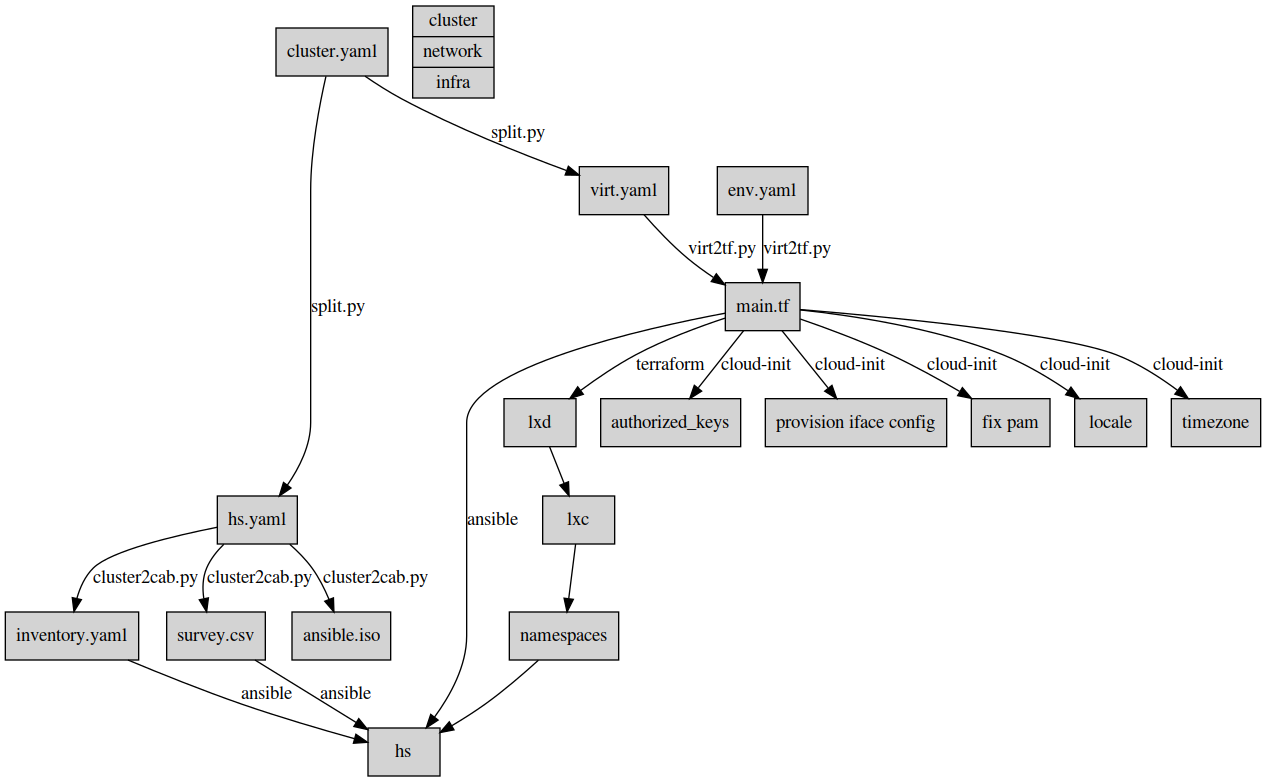
The Graphviz diagram cc.png in jmfrank63/cloudian-ansible-baremetal, before a commit. Its source is kept beside it as cc.dot. The source it was exported from:
```dot
digraph G {
    node [ shape=box, style=filled ];

    "cluster.yaml" -> { "hs.yaml" "virt.yaml" } [ label = "split.py" ]

    "hs.yaml" -> { "inventory.yaml" "survey.csv"  "ansible.iso" }[ label = "cluster2cab.py" ]
    { "inventory.yaml" "survey.csv" } -> "hs" [ label = "ansible" ]

    { "virt.yaml" "env.yaml" } -> "main.tf" [ label = "virt2tf.py" ]
    "main.tf" -> "lxd" [ label = "terraform" ]
    "main.tf" -> { "authorized_keys" "provision iface config" "fix pam" "locale" "timezone" } [ label = "cloud-init" ]
    "main.tf" -> { "hs" } [ label = "ansible" ]
    "lxd" -> "lxc"
    "lxc" -> "namespaces"
    "namespaces" -> "hs"

    "stack" [ shape=record, rankdir="TB", label = "{cluster|network|infra}" ]
}
```
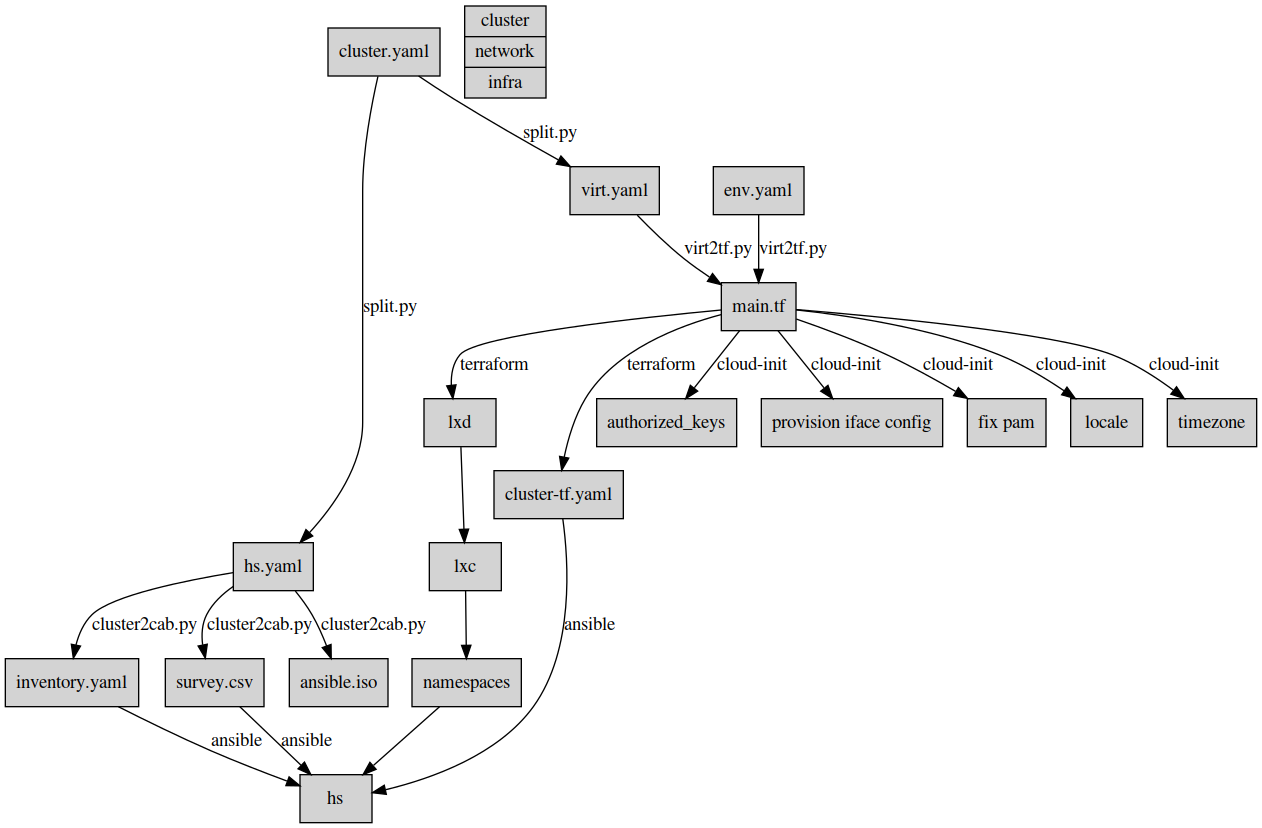
The same file after the commit.

What changed in the source:
```diff
@@ -7,9 +7,9 @@
     { "inventory.yaml" "survey.csv" } -> "hs" [ label = "ansible" ]
 
     { "virt.yaml" "env.yaml" } -> "main.tf" [ label = "virt2tf.py" ]
-    "main.tf" -> "lxd" [ label = "terraform" ]
+    "main.tf" -> { "lxd" "cluster-tf.yaml" } [ label = "terraform" ]
     "main.tf" -> { "authorized_keys" "provision iface config" "fix pam" "locale" "timezone" } [ label = "cloud-init" ]
-    "main.tf" -> { "hs" } [ label = "ansible" ]
+    "cluster-tf.yaml" -> "hs" [ label = "ansible" ]
     "lxd" -> "lxc"
     "lxc" -> "namespaces"
     "namespaces" -> "hs"
```
